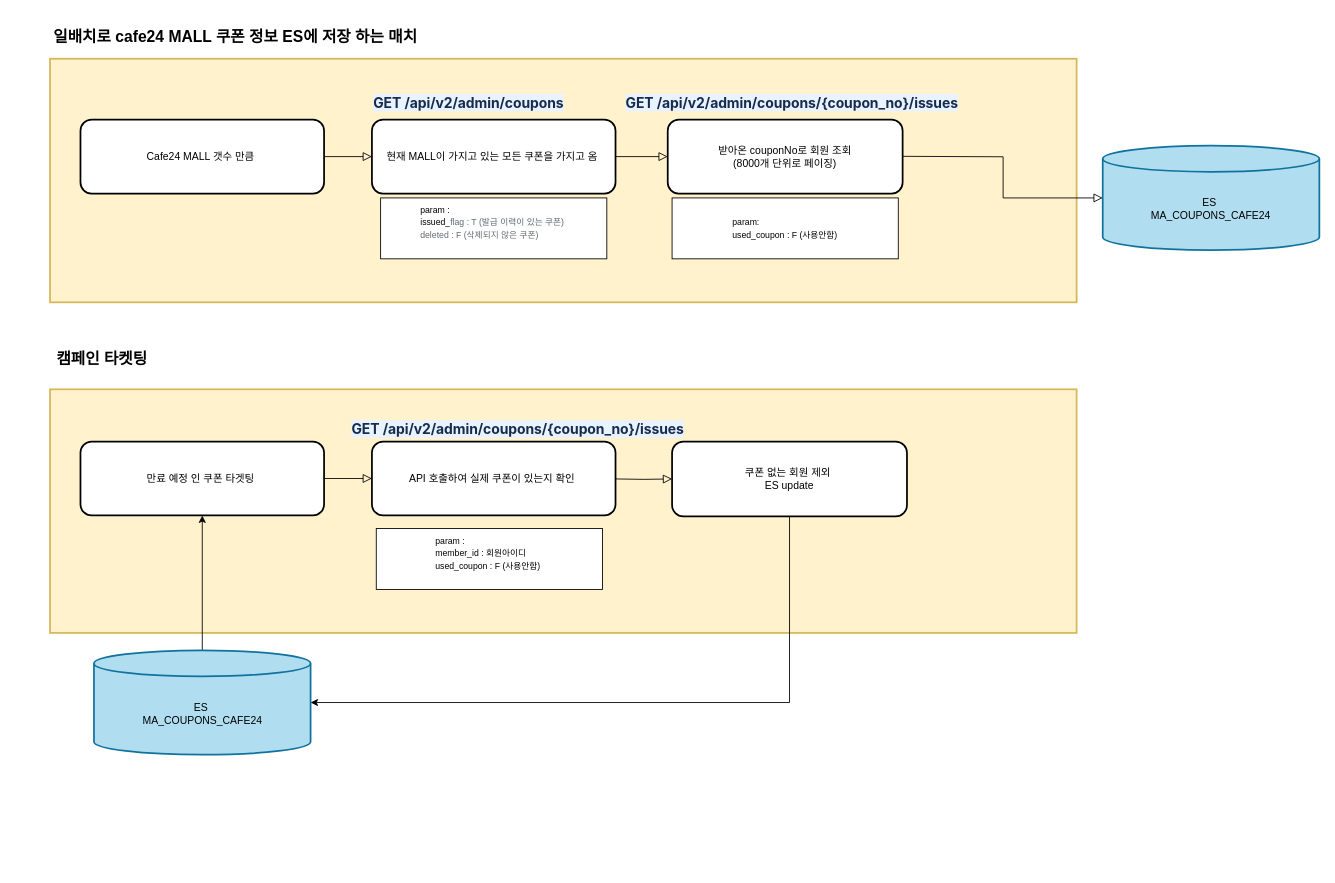
Earlier version of the draw.io diagram 쿠폰연계.drawio (jaero0725/draw_io). Source tidied: cells renumbered, new cells numbered last; positions are measured from the earlier drawing's top-left corner, leaving out a move shared by most shapes. Both pictures are drawn from the tidied source at 87%, with x=0, y=0 at pixel (15, 15).
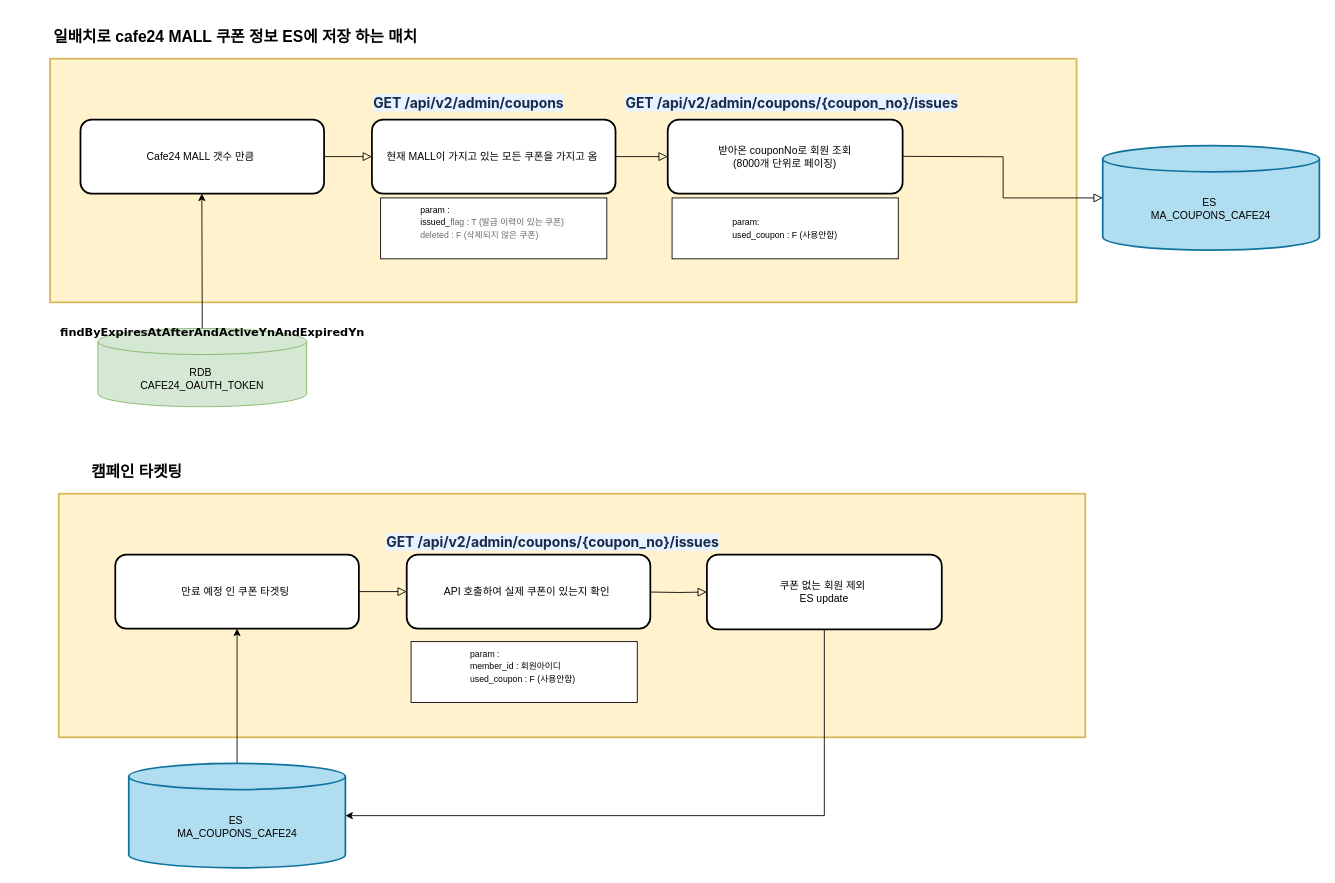
The same page after the edit.

Commit message:
쿠폰연계.drawio 업데이트

Diff of the diagram source:
```diff
@@
     <mxCell id="15" value="&lt;span style=&quot;font-size: 18px;&quot;&gt;&lt;b&gt;캠페인 타켓팅&lt;br&gt;&lt;/b&gt;&lt;/span&gt;" style="text;strokeColor=none;align=center;fillColor=none;html=1;verticalAlign=middle;whiteSpace=wrap;rounded=0;" parent="1" vertex="1">
-      <mxGeometry y="370" width="200" height="50" as="geometry" />
+      <mxGeometry x="40" y="500" width="200" height="50" as="geometry" />
     </mxCell>
     <mxCell id="16" style="rounded=0;whiteSpace=wrap;html=1;strokeWidth=2;labelBackgroundColor=none;fillColor=#fff2cc;strokeColor=#d6b656;" parent="1" vertex="1">
-      <mxGeometry x="40" y="430" width="1180" height="280" as="geometry" />
+      <mxGeometry x="50" y="550" width="1180" height="280" as="geometry" />
     </mxCell>
@@
     <mxCell id="18" value="ES&amp;nbsp;&lt;br&gt;MA_COUPONS_CAFE24" style="shape=cylinder3;whiteSpace=wrap;html=1;boundedLbl=1;backgroundOutline=1;size=15;strokeWidth=2;labelBackgroundColor=none;fillColor=#b1ddf0;strokeColor=#10739e;" parent="1" vertex="1">
-      <mxGeometry x="90.5" y="730" width="249" height="120" as="geometry" />
+      <mxGeometry x="130.5" y="860" width="249" height="120" as="geometry" />
     </mxCell>
     <mxCell id="19" value="만료 예정 인 쿠폰 타겟팅&amp;nbsp;" style="rounded=1;whiteSpace=wrap;html=1;fontSize=12;glass=0;strokeWidth=2;shadow=0;labelBackgroundColor=none;" parent="1" vertex="1">
-      <mxGeometry x="75" y="490" width="280" height="85" as="geometry" />
+      <mxGeometry x="115" y="620" width="280" height="85" as="geometry" />
     </mxCell>
     <mxCell id="20" value="API 호출하여 실제 쿠폰이 있는지 확인&amp;nbsp;" style="rounded=1;whiteSpace=wrap;html=1;fontSize=12;glass=0;strokeWidth=2;shadow=0;labelBackgroundColor=none;" parent="1" vertex="1">
-      <mxGeometry x="410" y="490" width="280" height="85" as="geometry" />
+      <mxGeometry x="450" y="620" width="280" height="85" as="geometry" />
     </mxCell>
@@
     <mxCell id="22" value="&lt;div style=&quot;text-align: left;&quot;&gt;&lt;font style=&quot;font-size: 10px;&quot;&gt;&lt;span style=&quot;background-color: initial;&quot;&gt;param :&amp;nbsp;&lt;/span&gt;&lt;/font&gt;&lt;/div&gt;&lt;div style=&quot;text-align: left;&quot;&gt;&lt;span style=&quot;font-size: 10px;&quot;&gt;member_id : 회원아이디&lt;/span&gt;&lt;/div&gt;&lt;div style=&quot;text-align: left;&quot;&gt;&lt;span style=&quot;font-size: 10px;&quot;&gt;used_coupon : F (사용안함)&amp;nbsp;&lt;/span&gt;&lt;/div&gt;&lt;span style=&quot;color: rgb(104, 107, 109); background-color: rgb(251, 252, 253);&quot;&gt;&lt;div style=&quot;text-align: left;&quot;&gt;&lt;br&gt;&lt;/div&gt;&lt;/span&gt;" style="rounded=0;whiteSpace=wrap;html=1;" parent="1" vertex="1">
-      <mxGeometry x="415" y="590" width="260" height="70" as="geometry" />
+      <mxGeometry x="455" y="720" width="260" height="70" as="geometry" />
     </mxCell>
     <mxCell id="23" value="&lt;strong style=&quot;color: rgb(23, 43, 77); font-family: -apple-system, BlinkMacSystemFont, &amp;quot;Segoe UI&amp;quot;, Roboto, Oxygen, Ubuntu, &amp;quot;Fira Sans&amp;quot;, &amp;quot;Droid Sans&amp;quot;, &amp;quot;Helvetica Neue&amp;quot;, sans-serif; font-size: 16px; font-style: normal; font-variant-ligatures: normal; font-variant-caps: normal; letter-spacing: -0.08px; orphans: 2; text-align: start; text-indent: 0px; text-transform: none; widows: 2; word-spacing: 0px; -webkit-text-stroke-width: 0px; background-color: rgb(233, 242, 255); text-decoration-thickness: initial; text-decoration-style: initial; text-decoration-color: initial;&quot;&gt;GET /api/v2/admin/coupons/{coupon_no}/issues&lt;/strong&gt;" style="text;whiteSpace=wrap;html=1;" parent="1" vertex="1">
-      <mxGeometry x="385" y="460" width="400" height="50" as="geometry" />
+      <mxGeometry x="425" y="590" width="400" height="50" as="geometry" />
     </mxCell>
     <mxCell id="24" style="rounded=0;html=1;jettySize=auto;fontSize=11;endArrow=block;endFill=0;endSize=8;strokeWidth=1;shadow=0;labelBackgroundColor=none;edgeStyle=orthogonalEdgeStyle;fontColor=default;exitX=1;exitY=0.5;exitDx=0;exitDy=0;entryX=0;entryY=0.5;entryDx=0;entryDy=0;" parent="1" edge="1" target="25">
       <mxGeometry relative="1" as="geometry">
-        <mxPoint x="690" y="533" as="sourcePoint" />
+        <mxPoint x="730" y="663" as="sourcePoint" />
       </mxGeometry>
     </mxCell>
     <mxCell id="25" value="쿠폰 없는 회원 제외&amp;nbsp;&lt;br&gt;ES update" style="rounded=1;whiteSpace=wrap;html=1;fontSize=12;glass=0;strokeWidth=2;shadow=0;labelBackgroundColor=none;" parent="1" vertex="1">
-      <mxGeometry x="755" y="490" width="270" height="86" as="geometry" />
+      <mxGeometry x="795" y="620" width="270" height="86" as="geometry" />
     </mxCell>
     <mxCell id="26" style="endArrow=classic;html=1;rounded=0;exitX=0.5;exitY=1;exitDx=0;exitDy=0;entryX=1;entryY=0.5;entryDx=0;entryDy=0;entryPerimeter=0;" parent="1" edge="1" source="25" target="18">
       <mxGeometry relative="1" as="geometry">
         <Array as="points">
-          <mxPoint x="890" y="790" />
+          <mxPoint x="930" y="920" />
         </Array>
       </mxGeometry>
     </mxCell>
+    <mxCell id="27" value="RDB&amp;nbsp;&lt;br&gt;CAFE24_OAUTH_TOKEN" style="shape=cylinder3;whiteSpace=wrap;html=1;boundedLbl=1;backgroundOutline=1;size=15;fillColor=#d5e8d4;strokeColor=#82b366;" parent="1" vertex="1">
+      <mxGeometry x="95" y="360" width="240" height="90" as="geometry" />
+    </mxCell>
+    <mxCell id="28" style="edgeStyle=orthogonalEdgeStyle;rounded=0;jettySize=auto;html=1;entryX=0.5;entryY=1;entryDx=0;entryDy=0;exitX=0.5;exitY=0;exitDx=0;exitDy=0;exitPerimeter=0;" parent="1" edge="1" source="27">
+      <mxGeometry relative="1" as="geometry">
+        <mxPoint x="214.5" y="205" as="targetPoint" />
+      </mxGeometry>
+    </mxCell>
+    <mxCell id="29" value="&lt;div style=&quot;font-size: 13px;&quot;&gt;&lt;span style=&quot;font-size: 13px;&quot;&gt;findByExpiresAtAfterAndActiveYnAndExpiredYn&lt;/span&gt;&lt;/div&gt;" style="text;whiteSpace=wrap;html=1;fontStyle=1;fontSize=13;fontFamily=Verdana;labelBackgroundColor=none;" parent="1" vertex="1">
+      <mxGeometry x="50" y="350" width="320" height="40" as="geometry" />
+    </mxCell>
```
